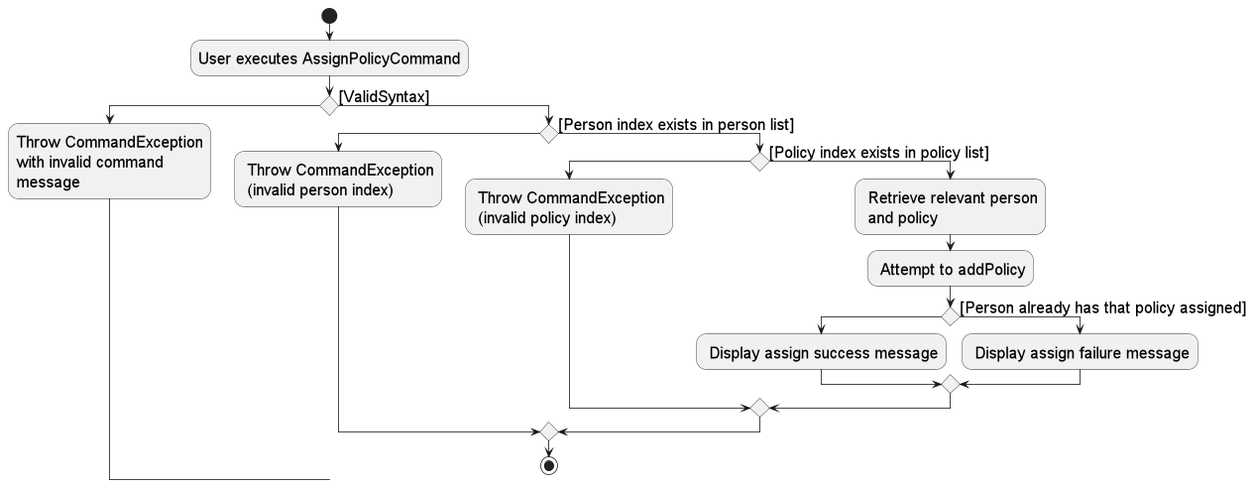
nus-cs2103-AY2223S1/tp keeps this PlantUML diagram as docs/images/AssignPolicyActivityDiagram.png. Above is the earlier version.
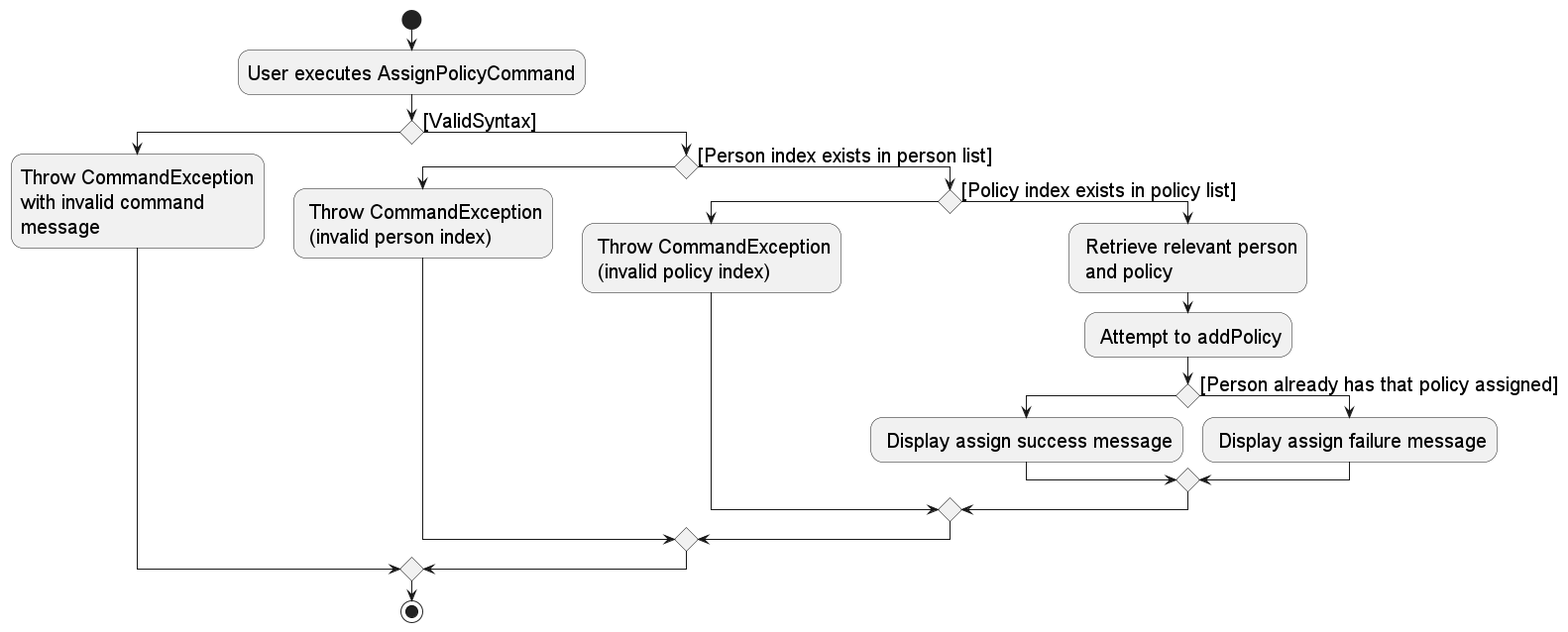
The same file after the commit.

What changed in the source:
```diff
@@ -30,5 +30,6 @@
     endif
     endif
 endif
+endif
 stop
 @enduml
```
